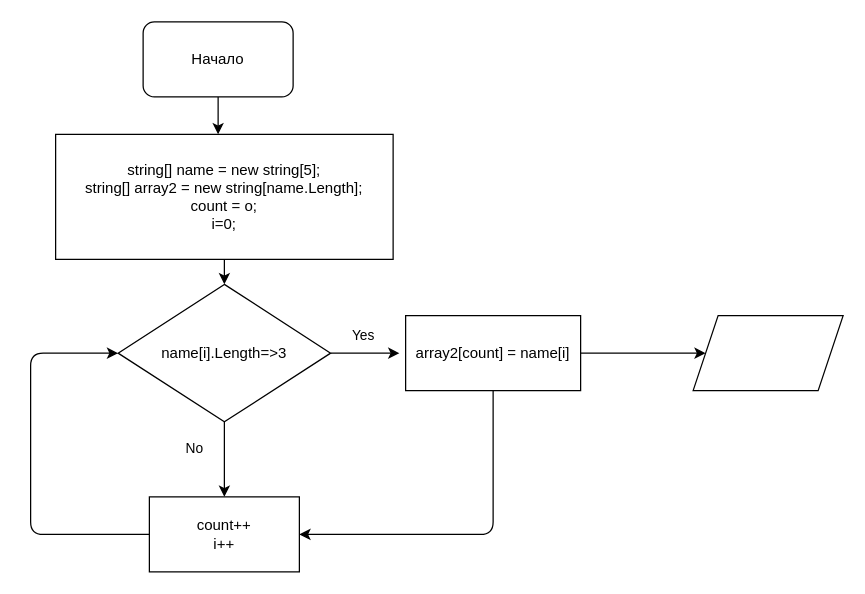
Above: shema.drawio in VinerGumerov/TestWork (draw.io), before the change. Source tidied: cells renumbered, new cells numbered last; positions are measured from the earlier drawing's top-left corner, leaving out a move shared by most shapes. Both pictures are drawn from the tidied source at 125%, with x=0, y=0 at pixel (30, 21).
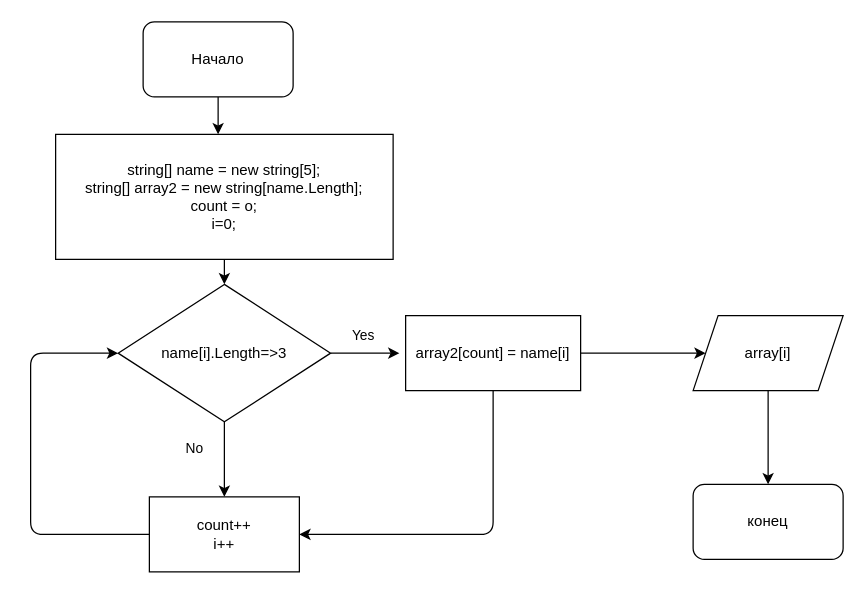
Above is the later version.

The edit, as a diff of the source:
```diff
@@
+    <mxCell id="17" style="edgeStyle=none;html=1;" parent="1" edge="1" source="16" target="18">
+      <mxGeometry relative="1" as="geometry" />
+    </mxCell>
-    <mxCell id="16" style="shape=parallelogram;perimeter=parallelogramPerimeter;whiteSpace=wrap;html=1;fixedSize=1;rounded=0;" parent="1" vertex="1">
+    <mxCell id="16" value="array[i]" style="shape=parallelogram;perimeter=parallelogramPerimeter;whiteSpace=wrap;html=1;fixedSize=1;rounded=0;" parent="1" vertex="1">
       <mxGeometry x="530" y="235" width="120" height="60" as="geometry" />
     </mxCell>
+    <mxCell id="18" value="конец" style="rounded=1;whiteSpace=wrap;html=1;" parent="1" vertex="1">
+      <mxGeometry x="530" y="370" width="120" height="60" as="geometry" />
+    </mxCell>
```
